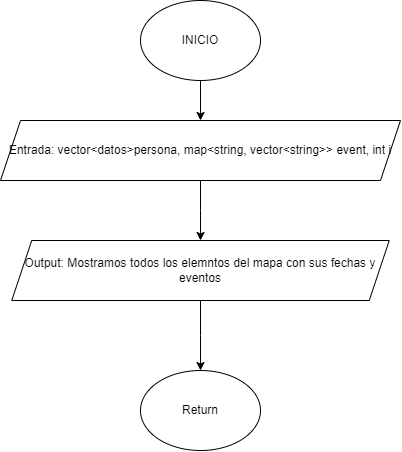
Above: Documentation/Funcion Print.drawio.png in AlfredoZC/Data_Base (draw.io), before the change. Source tidied: cells renumbered, new cells last; positions are measured from the earlier drawing's top-left corner, leaving out a move shared by most shapes.
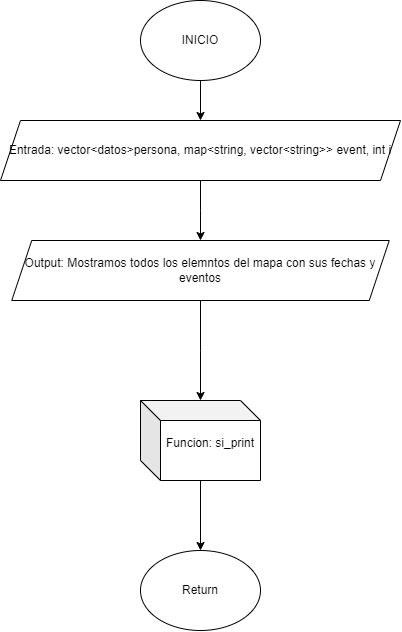
The same file after the commit.

Change to the diagram source:
```diff
@@ -14,14 +14,20 @@
     <mxCell id="5" value="Entrada: vector&amp;lt;datos&amp;gt;persona, map&amp;lt;string, vector&amp;lt;string&amp;gt;&amp;gt; event, int i" style="shape=parallelogram;perimeter=parallelogramPerimeter;whiteSpace=wrap;html=1;fixedSize=1;" parent="1" vertex="1">
       <mxGeometry y="120" width="400" height="60" as="geometry" />
     </mxCell>
-    <mxCell id="6" style="edgeStyle=orthogonalEdgeStyle;rounded=0;jettySize=auto;html=1;" parent="1" edge="1" source="7" target="8">
+    <mxCell id="6" style="edgeStyle=orthogonalEdgeStyle;rounded=0;jettySize=auto;html=1;" parent="1" edge="1" source="10" target="8">
       <mxGeometry relative="1" as="geometry" />
     </mxCell>
     <mxCell id="7" value="Output: Mostramos todos los elemntos del mapa con sus fechas y eventos" style="shape=parallelogram;perimeter=parallelogramPerimeter;whiteSpace=wrap;html=1;fixedSize=1;" parent="1" vertex="1">
       <mxGeometry x="11.2" y="240" width="377.5" height="60" as="geometry" />
     </mxCell>
     <mxCell id="8" value="Return" style="ellipse;whiteSpace=wrap;html=1;" parent="1" vertex="1">
-      <mxGeometry x="140" y="370" width="120" height="80" as="geometry" />
+      <mxGeometry x="140" y="550" width="120" height="80" as="geometry" />
     </mxCell>
+    <mxCell id="9" style="edgeStyle=orthogonalEdgeStyle;rounded=0;jettySize=auto;html=1;" parent="1" edge="1" source="7" target="10">
+      <mxGeometry relative="1" as="geometry" />
+    </mxCell>
+    <mxCell id="10" value="Funcion: si_print&lt;div&gt;&lt;br&gt;&lt;/div&gt;" style="shape=cube;whiteSpace=wrap;html=1;boundedLbl=1;backgroundOutline=1;darkOpacity=0.05;darkOpacity2=0.1;" parent="1" vertex="1">
+      <mxGeometry x="140" y="400" width="120" height="80" as="geometry" />
+    </mxCell>
   </root>
 </mxGraphModel>
```
